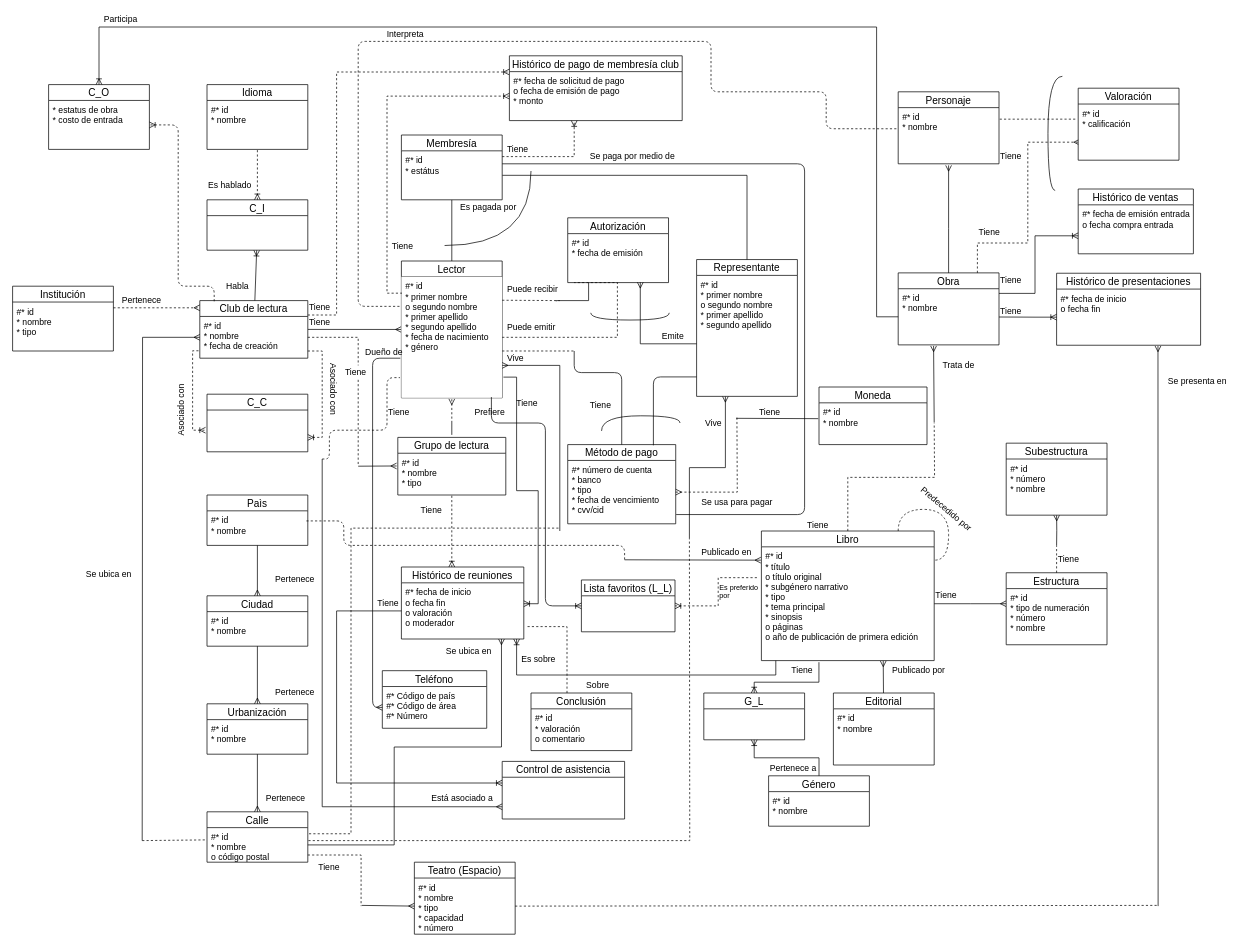
The draw.io diagram DB I/Hopefully this will be the last ER.drawio in NeutronBlast/IS-Ex, before the edit. Source tidied: cells renumbered, new cells numbered last; positions are measured from the earlier drawing's top-left corner, leaving out a move shared by most shapes. Both pictures are drawn from the tidied source at 72%, with x=0, y=0 at pixel (12, 12).
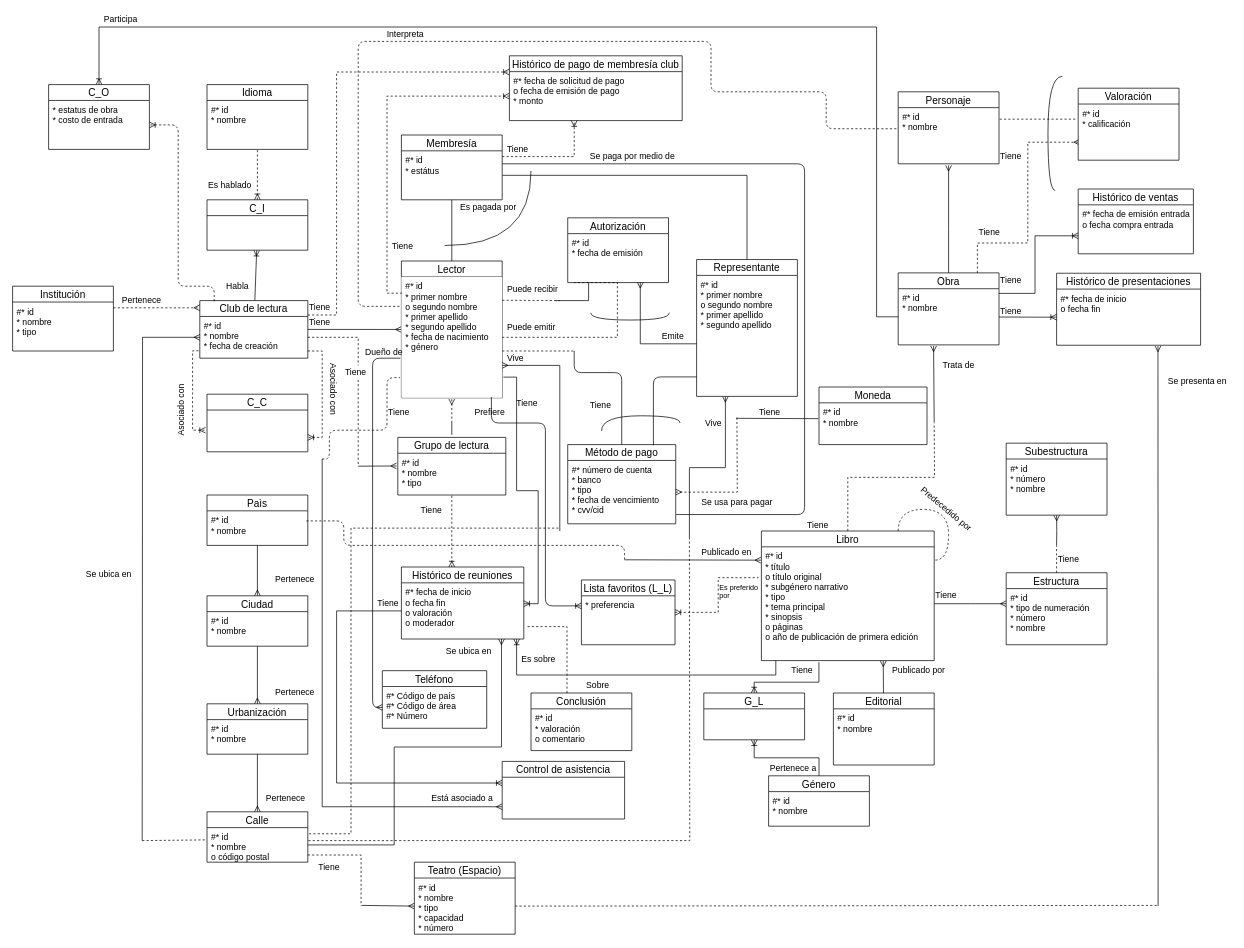
After the change.

The edit, as a diff of the source:
```diff
@@
     <mxCell id="98" value="Lista favoritos (L_L)" style="swimlane;fontStyle=0;horizontal=1;startSize=22;fillColor=none;swimlaneFillColor=#ffffff;align=center;fontSize=14;" parent="1" vertex="1">
-      <mxGeometry x="790" y="788" width="130" height="72" as="geometry" />
+      <mxGeometry x="790" y="788" width="130" height="90" as="geometry" />
     </mxCell>
+    <mxCell id="194" value="* preferencia" style="text;strokeColor=none;fillColor=none;spacingLeft=4;spacingRight=4;overflow=hidden;fontSize=12;" parent="98" vertex="1">
+      <mxGeometry y="22" width="130" height="68" as="geometry" />
+    </mxCell>
@@
-    <mxCell id="103" style="endArrow=none;html=1;strokeColor=#000000;edgeStyle=orthogonalEdgeStyle;exitX=0;exitY=0.5;exitDx=0;exitDy=0;startArrow=ERoneToMany;startFill=0;" parent="1" edge="1" source="98">
+    <mxCell id="103" style="endArrow=none;html=1;strokeColor=#000000;edgeStyle=orthogonalEdgeStyle;startArrow=ERoneToMany;startFill=0;" parent="1" edge="1">
       <mxGeometry relative="1" as="geometry">
+        <mxPoint x="790" y="824" as="sourcePoint" />
         <mxPoint x="665" y="534" as="targetPoint" />
         <Array as="points">
           <mxPoint x="740" y="824" />
           <mxPoint x="740" y="570" />
           <mxPoint x="665" y="570" />
         </Array>
       </mxGeometry>
     </mxCell>
```
